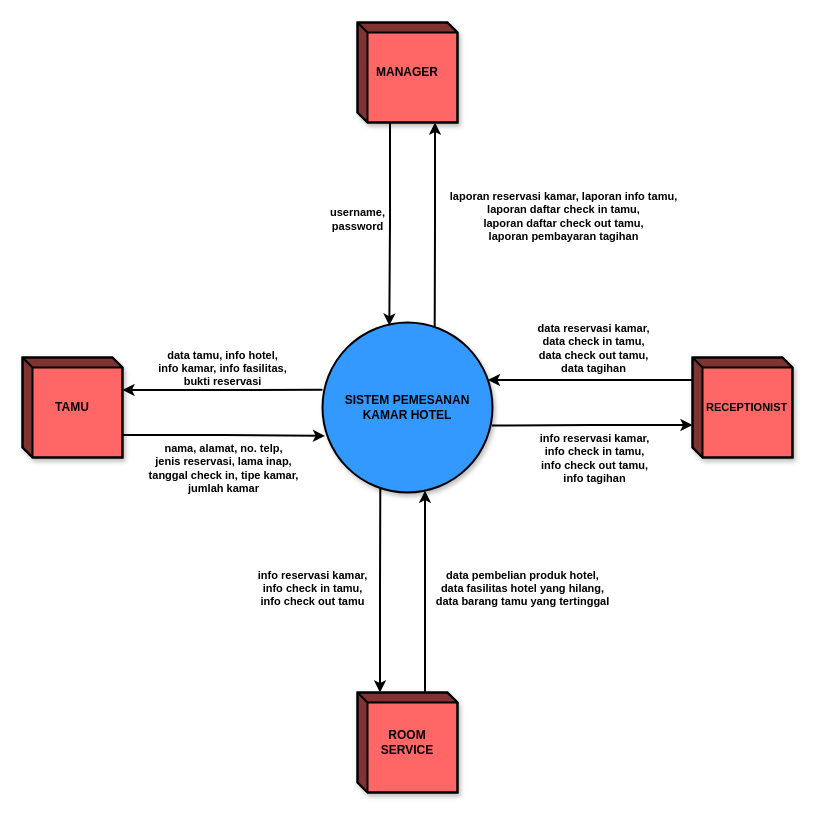
The draw.io diagram page "DFD LVL 0 - Context Diagram" (2 of 3) of Sistem Pemesanan Kamar Hotel - Data Flow Diagram.drawio in trueazp/System-Design-Analysis, before the edit. Source tidied: cells renumbered, new cells numbered last; positions are measured from the earlier drawing's top-left corner, leaving out a move shared by most shapes. Both pictures are drawn from the tidied source at 100%, with x=0, y=0 at pixel (22, 22).
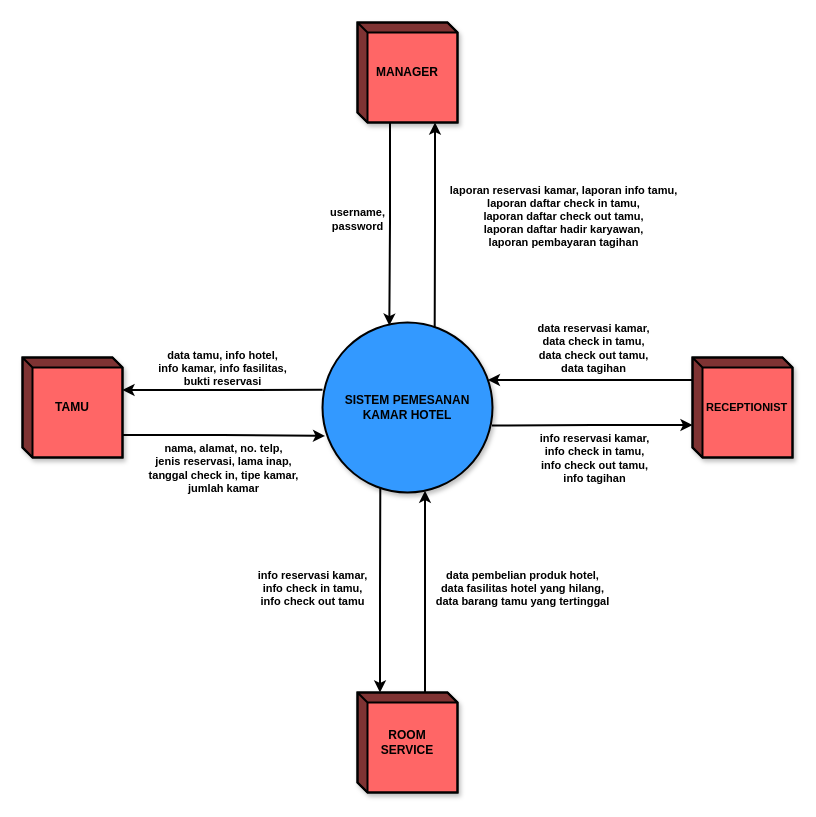
The same page after the edit.

Unchanged cells that the change refers to:
```xml
<mxCell id="15" style="edgeStyle=orthogonalEdgeStyle;rounded=0;jettySize=auto;html=1;exitX=0;exitY=0;exitDx=77.5;exitDy=100;exitPerimeter=0;entryX=0.66;entryY=0.029;entryDx=0;entryDy=0;entryPerimeter=0;fontSize=11;startArrow=classic;startFill=1;endArrow=none;endFill=0;fontStyle=1;strokeWidth=2;" parent="1" edge="1" source="17" target="2">
  <mxGeometry relative="1" as="geometry" />
</mxCell>
```

The edit, as a diff of the source:
```diff
@@
-    <mxCell id="16" value="laporan reservasi kamar, laporan info tamu, &lt;br&gt;laporan daftar check in tamu, &lt;br&gt;laporan daftar check out tamu, &lt;br&gt;laporan pembayaran tagihan&lt;br&gt; " style="edgeLabel;html=1;align=center;verticalAlign=middle;fontSize=11;fontStyle=1;labelBackgroundColor=none;" parent="15" vertex="1">
+    <mxCell id="16" value="laporan reservasi kamar, laporan info tamu, &lt;br&gt;laporan daftar check in tamu, &lt;br&gt;laporan daftar check out tamu, &lt;br&gt;laporan daftar hadir karyawan, &lt;br&gt;laporan pembayaran tagihan&lt;br&gt; " style="edgeLabel;html=1;align=center;verticalAlign=middle;fontSize=11;fontStyle=1;labelBackgroundColor=none;" parent="15" vertex="1">
       <mxGeometry x="-0.13" y="-1" relative="1" as="geometry">
         <mxPoint x="129" y="4" as="offset" />
       </mxGeometry>
     </mxCell>
```
